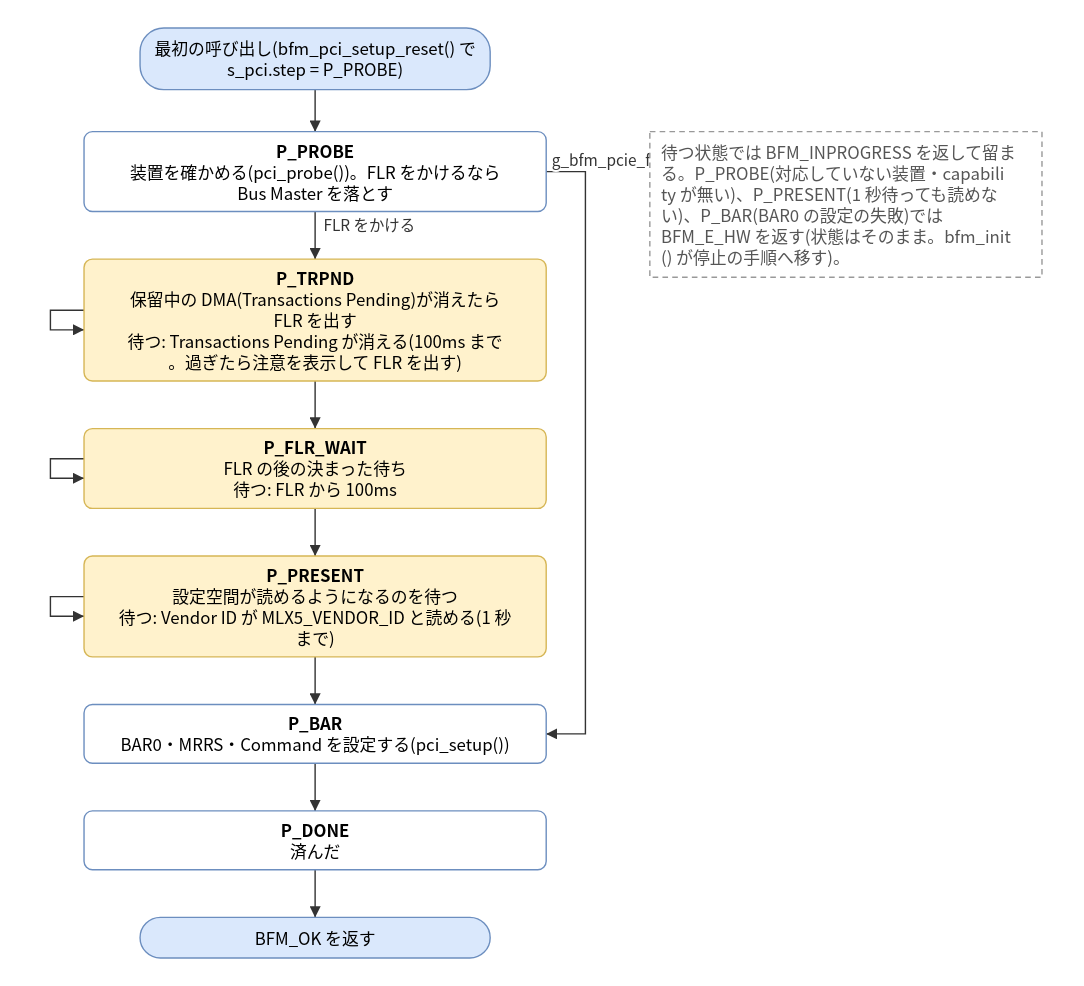
Before: doc/spec/images/state_src_bfm_pci-bfm_pci_setup_step.drawio.svg, a diagram exported from draw.io (hf355051012-ai/bfmem). Source tidied: cells renumbered, new cells last; positions are measured from the earlier drawing's top-left corner, leaving out a move shared by most shapes. Its diagram source:
```xml
<mxGraphModel>
  <root>
    <mxCell id="0" />
    <mxCell id="1" parent="0" />
    <mxCell id="2" value="最初の呼び出し(bfm_pci_setup_reset() で&lt;br&gt;s_pci.step = P_PROBE)" style="rounded=1;arcSize=50;whiteSpace=wrap;html=1;fillColor=#dae8fc;strokeColor=#6c8ebf;" parent="1" vertex="1">
      <mxGeometry x="64" width="250" height="44" as="geometry" />
    </mxCell>
    <mxCell id="3" value="P_PROBE&lt;br&gt;装置を確かめる(pci_probe())。FLR をかけるなら&lt;br&gt;Bus Master を落とす" style="rounded=1;whiteSpace=wrap;html=1;fillColor=#ffffff;strokeColor=#6c8ebf;" parent="1" vertex="1">
      <mxGeometry x="24" y="74" width="330" height="57" as="geometry" />
    </mxCell>
    <mxCell id="4" value="P_TRPND&lt;br&gt;保留中の DMA(Transactions Pending)が消えたら&lt;br&gt;FLR を出す&lt;br&gt;待つ: Transactions Pending が消える(100ms まで&lt;br&gt;。過ぎたら注意を表示して FLR を出す)" style="rounded=1;whiteSpace=wrap;html=1;fillColor=#fff2cc;strokeColor=#d6b656;" parent="1" vertex="1">
      <mxGeometry x="24" y="165" width="330" height="87" as="geometry" />
    </mxCell>
    <mxCell id="5" value="P_FLR_WAIT&lt;br&gt;FLR の後の決まった待ち&lt;br&gt;待つ: FLR から 100ms" style="rounded=1;whiteSpace=wrap;html=1;fillColor=#fff2cc;strokeColor=#d6b656;" parent="1" vertex="1">
      <mxGeometry x="24" y="286" width="330" height="57" as="geometry" />
    </mxCell>
    <mxCell id="6" value="P_PRESENT&lt;br&gt;設定空間が読めるようになるのを待つ&lt;br&gt;待つ: Vendor ID が MLX5_VENDOR_ID と読める(1 秒&lt;br&gt;まで)" style="rounded=1;whiteSpace=wrap;html=1;fillColor=#fff2cc;strokeColor=#d6b656;" parent="1" vertex="1">
      <mxGeometry x="24" y="377" width="330" height="72" as="geometry" />
    </mxCell>
    <mxCell id="7" value="P_BAR&lt;br&gt;BAR0・MRRS・Command を設定する(pci_setup())" style="rounded=1;whiteSpace=wrap;html=1;fillColor=#ffffff;strokeColor=#6c8ebf;" parent="1" vertex="1">
      <mxGeometry x="24" y="483" width="330" height="42" as="geometry" />
    </mxCell>
    <mxCell id="8" value="P_DONE&lt;br&gt;済んだ" style="rounded=1;whiteSpace=wrap;html=1;fillColor=#ffffff;strokeColor=#6c8ebf;" parent="1" vertex="1">
      <mxGeometry x="24" y="559" width="330" height="42" as="geometry" />
    </mxCell>
    <mxCell id="9" value="BFM_OK を返す" style="rounded=1;arcSize=50;whiteSpace=wrap;html=1;fillColor=#dae8fc;strokeColor=#6c8ebf;" parent="1" vertex="1">
      <mxGeometry x="64" y="635" width="250" height="29" as="geometry" />
    </mxCell>
    <mxCell id="10" value="待つ状態では BFM_INPROGRESS を返して留ま&lt;br&gt;る。P_PROBE(対応していない装置・capabili&lt;br&gt;ty が無い)、P_PRESENT(1 秒待っても読めな&lt;br&gt;い)、P_BAR(BAR0 の設定の失敗)では&lt;br&gt;BFM_E_HW を返す(状態はそのまま。bfm_init&lt;br&gt;() が停止の手順へ移す)。" style="rounded=0;whiteSpace=wrap;html=1;dashed=1;strokeColor=#999999;fontColor=#555555;align=left;spacingLeft=8;" parent="1" vertex="1">
      <mxGeometry x="428" y="74" width="280" height="104" as="geometry" />
    </mxCell>
    <mxCell id="11" style="edgeStyle=none;html=1;rounded=0;endArrow=block;endFill=1;exitX=0.5000;exitY=1.0000;exitDx=0;exitDy=0;exitPerimeter=0;entryX=0.5000;entryY=0.0000;entryDx=0;entryDy=0;entryPerimeter=0;" parent="1" edge="1" source="2" target="3">
      <mxGeometry relative="1" as="geometry" />
    </mxCell>
    <mxCell id="12" value="FLR をかける" style="edgeStyle=none;html=1;rounded=0;endArrow=block;endFill=1;exitX=0.5000;exitY=1.0000;exitDx=0;exitDy=0;exitPerimeter=0;entryX=0.5000;entryY=0.0000;entryDx=0;entryDy=0;entryPerimeter=0;" parent="1" edge="1" source="3" target="4">
      <mxGeometry relative="1" as="geometry" />
    </mxCell>
    <mxCell id="13" style="edgeStyle=none;html=1;rounded=0;endArrow=block;endFill=1;exitX=0.5000;exitY=1.0000;exitDx=0;exitDy=0;exitPerimeter=0;entryX=0.5000;entryY=0.0000;entryDx=0;entryDy=0;entryPerimeter=0;" parent="1" edge="1" source="4" target="5">
      <mxGeometry relative="1" as="geometry" />
    </mxCell>
    <mxCell id="14" style="edgeStyle=none;html=1;rounded=0;endArrow=block;endFill=1;exitX=0.5000;exitY=1.0000;exitDx=0;exitDy=0;exitPerimeter=0;entryX=0.5000;entryY=0.0000;entryDx=0;entryDy=0;entryPerimeter=0;" parent="1" edge="1" source="5" target="6">
      <mxGeometry relative="1" as="geometry" />
    </mxCell>
    <mxCell id="15" style="edgeStyle=none;html=1;rounded=0;endArrow=block;endFill=1;exitX=0.5000;exitY=1.0000;exitDx=0;exitDy=0;exitPerimeter=0;entryX=0.5000;entryY=0.0000;entryDx=0;entryDy=0;entryPerimeter=0;" parent="1" edge="1" source="6" target="7">
      <mxGeometry relative="1" as="geometry" />
    </mxCell>
    <mxCell id="16" style="edgeStyle=none;html=1;rounded=0;endArrow=block;endFill=1;exitX=0.5000;exitY=1.0000;exitDx=0;exitDy=0;exitPerimeter=0;entryX=0.5000;entryY=0.0000;entryDx=0;entryDy=0;entryPerimeter=0;" parent="1" edge="1" source="7" target="8">
      <mxGeometry relative="1" as="geometry" />
    </mxCell>
    <mxCell id="17" style="edgeStyle=none;html=1;rounded=0;endArrow=block;endFill=1;exitX=0.5000;exitY=1.0000;exitDx=0;exitDy=0;exitPerimeter=0;entryX=0.5000;entryY=0.0000;entryDx=0;entryDy=0;entryPerimeter=0;" parent="1" edge="1" source="8" target="9">
      <mxGeometry relative="1" as="geometry" />
    </mxCell>
    <mxCell id="18" value="g_bfm_pcie_flr == 0、または装置が FLR に対応していない" style="edgeStyle=none;html=1;rounded=0;endArrow=block;endFill=1;exitX=1.0000;exitY=0.5000;exitDx=0;exitDy=0;exitPerimeter=0;entryX=1.0000;entryY=0.5000;entryDx=0;entryDy=0;entryPerimeter=0;" parent="1" edge="1" source="3" target="7">
      <mxGeometry relative="1" as="geometry">
        <Array as="points">
          <mxPoint x="382" y="102.5" />
          <mxPoint x="382" y="504" />
        </Array>
      </mxGeometry>
    </mxCell>
    <mxCell id="19" style="edgeStyle=none;html=1;rounded=0;endArrow=block;endFill=1;exitX=0.0000;exitY=0.4195;exitDx=0;exitDy=0;exitPerimeter=0;entryX=0.0000;entryY=0.5805;entryDx=0;entryDy=0;entryPerimeter=0;" parent="1" edge="1" source="4" target="4">
      <mxGeometry relative="1" as="geometry">
        <Array as="points">
          <mxPoint y="201.5" />
          <mxPoint y="215.5" />
        </Array>
      </mxGeometry>
    </mxCell>
    <mxCell id="20" style="edgeStyle=none;html=1;rounded=0;endArrow=block;endFill=1;exitX=0.0000;exitY=0.3772;exitDx=0;exitDy=0;exitPerimeter=0;entryX=0.0000;entryY=0.6228;entryDx=0;entryDy=0;entryPerimeter=0;" parent="1" edge="1" source="5" target="5">
      <mxGeometry relative="1" as="geometry">
        <Array as="points">
          <mxPoint y="307.5" />
          <mxPoint y="321.5" />
        </Array>
      </mxGeometry>
    </mxCell>
    <mxCell id="21" style="edgeStyle=none;html=1;rounded=0;endArrow=block;endFill=1;exitX=0.0000;exitY=0.4028;exitDx=0;exitDy=0;exitPerimeter=0;entryX=0.0000;entryY=0.5972;entryDx=0;entryDy=0;entryPerimeter=0;" parent="1" edge="1" source="6" target="6">
      <mxGeometry relative="1" as="geometry">
        <Array as="points">
          <mxPoint y="406" />
          <mxPoint y="420" />
        </Array>
      </mxGeometry>
    </mxCell>
  </root>
</mxGraphModel>
```
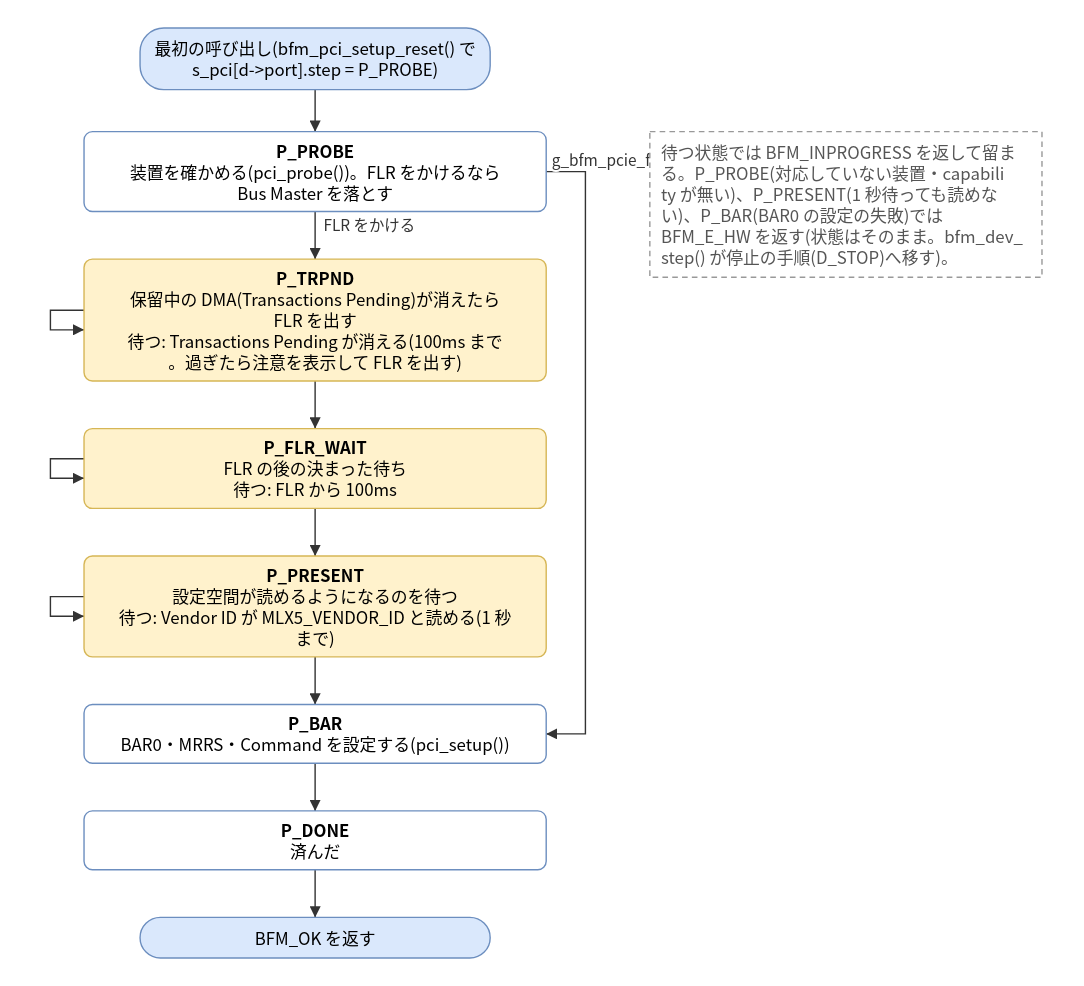
The same file after the commit.

Change to the diagram source:
```diff
@@ -2,7 +2,7 @@
   <root>
     <mxCell id="0" />
     <mxCell id="1" parent="0" />
-    <mxCell id="2" value="最初の呼び出し(bfm_pci_setup_reset() で&lt;br&gt;s_pci.step = P_PROBE)" style="rounded=1;arcSize=50;whiteSpace=wrap;html=1;fillColor=#dae8fc;strokeColor=#6c8ebf;" parent="1" vertex="1">
+    <mxCell id="2" value="最初の呼び出し(bfm_pci_setup_reset() で&lt;br&gt;s_pci[d-&amp;gt;port].step = P_PROBE)" style="rounded=1;arcSize=50;whiteSpace=wrap;html=1;fillColor=#dae8fc;strokeColor=#6c8ebf;" parent="1" vertex="1">
       <mxGeometry x="64" width="250" height="44" as="geometry" />
     </mxCell>
     <mxCell id="3" value="P_PROBE&lt;br&gt;装置を確かめる(pci_probe())。FLR をかけるなら&lt;br&gt;Bus Master を落とす" style="rounded=1;whiteSpace=wrap;html=1;fillColor=#ffffff;strokeColor=#6c8ebf;" parent="1" vertex="1">
@@ -26,7 +26,7 @@
     <mxCell id="9" value="BFM_OK を返す" style="rounded=1;arcSize=50;whiteSpace=wrap;html=1;fillColor=#dae8fc;strokeColor=#6c8ebf;" parent="1" vertex="1">
       <mxGeometry x="64" y="635" width="250" height="29" as="geometry" />
     </mxCell>
-    <mxCell id="10" value="待つ状態では BFM_INPROGRESS を返して留ま&lt;br&gt;る。P_PROBE(対応していない装置・capabili&lt;br&gt;ty が無い)、P_PRESENT(1 秒待っても読めな&lt;br&gt;い)、P_BAR(BAR0 の設定の失敗)では&lt;br&gt;BFM_E_HW を返す(状態はそのまま。bfm_init&lt;br&gt;() が停止の手順へ移す)。" style="rounded=0;whiteSpace=wrap;html=1;dashed=1;strokeColor=#999999;fontColor=#555555;align=left;spacingLeft=8;" parent="1" vertex="1">
+    <mxCell id="10" value="待つ状態では BFM_INPROGRESS を返して留ま&lt;br&gt;る。P_PROBE(対応していない装置・capabili&lt;br&gt;ty が無い)、P_PRESENT(1 秒待っても読めな&lt;br&gt;い)、P_BAR(BAR0 の設定の失敗)では&lt;br&gt;BFM_E_HW を返す(状態はそのまま。bfm_dev_&lt;br&gt;step() が停止の手順(D_STOP)へ移す)。" style="rounded=0;whiteSpace=wrap;html=1;dashed=1;strokeColor=#999999;fontColor=#555555;align=left;spacingLeft=8;" parent="1" vertex="1">
       <mxGeometry x="428" y="74" width="280" height="104" as="geometry" />
     </mxCell>
     <mxCell id="11" style="edgeStyle=none;html=1;rounded=0;endArrow=block;endFill=1;exitX=0.5000;exitY=1.0000;exitDx=0;exitDy=0;exitPerimeter=0;entryX=0.5000;entryY=0.0000;entryDx=0;entryDy=0;entryPerimeter=0;" parent="1" edge="1" source="2" target="3">
```
